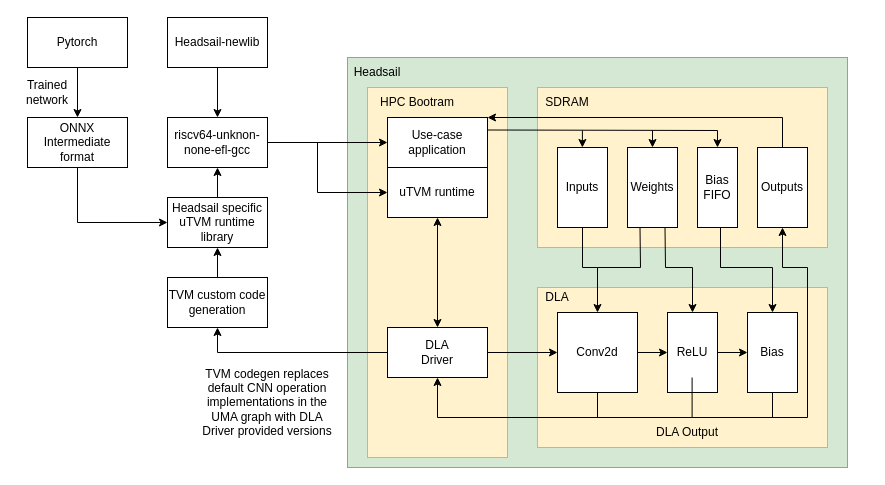
Earlier version of the draw.io diagram drawio/dla-architecture.drawio (vilukissa68/masters-thesis). Source tidied: cells renumbered, new cells numbered last; positions are measured from the earlier drawing's top-left corner, leaving out a move shared by most shapes. Both pictures are drawn from the tidied source at 100%, with x=0, y=0 at pixel (17, 17).
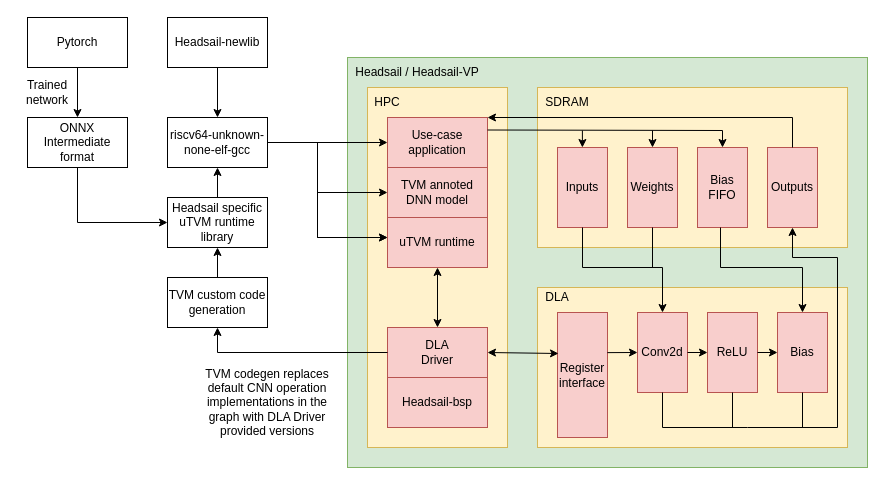
The same page after the edit.

Diff of the diagram source:
```diff
@@
     <mxCell id="7" style="rounded=0;whiteSpace=wrap;html=1;fillColor=#d5e8d4;strokeColor=#82b366;" parent="1" vertex="1">
-      <mxGeometry x="330" y="40" width="500" height="410" as="geometry" />
+      <mxGeometry x="330" y="40" width="520" height="410" as="geometry" />
     </mxCell>
-    <mxCell id="8" value="Headsail" style="text;html=1;align=center;verticalAlign=middle;whiteSpace=wrap;rounded=0;" parent="1" vertex="1">
-      <mxGeometry x="330" y="40" width="60" height="30" as="geometry" />
+    <mxCell id="8" value="Headsail / Headsail-VP" style="text;html=1;align=center;verticalAlign=middle;whiteSpace=wrap;rounded=0;" parent="1" vertex="1">
+      <mxGeometry x="330" y="40" width="140" height="30" as="geometry" />
     </mxCell>
     <mxCell id="9" value="&lt;div&gt;&lt;br&gt;&lt;/div&gt;" style="rounded=0;whiteSpace=wrap;html=1;fillColor=#fff2cc;strokeColor=#d6b656;" parent="1" vertex="1">
-      <mxGeometry x="520" y="270" width="290" height="160" as="geometry" />
+      <mxGeometry x="520" y="270" width="310" height="160" as="geometry" />
     </mxCell>
     <mxCell id="10" style="rounded=0;whiteSpace=wrap;html=1;fillColor=#fff2cc;strokeColor=#d6b656;" parent="1" vertex="1">
-      <mxGeometry x="350" y="70" width="140" height="370" as="geometry" />
+      <mxGeometry x="350" y="70" width="140" height="360" as="geometry" />
     </mxCell>
-    <mxCell id="11" value="HPC Bootram" style="text;html=1;align=center;verticalAlign=middle;whiteSpace=wrap;rounded=0;" parent="1" vertex="1">
-      <mxGeometry x="350" y="70" width="100" height="30" as="geometry" />
+    <mxCell id="11" value="HPC" style="text;html=1;align=center;verticalAlign=middle;whiteSpace=wrap;rounded=0;" parent="1" vertex="1">
+      <mxGeometry x="350" y="70" width="40" height="30" as="geometry" />
     </mxCell>
-    <mxCell id="12" value="&lt;div&gt;DLA&lt;/div&gt;Driver" style="rounded=0;whiteSpace=wrap;html=1;" parent="1" vertex="1">
+    <mxCell id="12" value="&lt;div&gt;DLA&lt;/div&gt;Driver" style="rounded=0;whiteSpace=wrap;html=1;fillColor=#f8cecc;strokeColor=#b85450;" parent="1" vertex="1">
       <mxGeometry x="370" y="310" width="100" height="50" as="geometry" />
     </mxCell>
-    <mxCell id="13" value="uTVM runtime" style="rounded=0;whiteSpace=wrap;html=1;" parent="1" vertex="1">
+    <mxCell id="13" value="TVM annoted DNN model" style="rounded=0;whiteSpace=wrap;html=1;fillColor=#f8cecc;strokeColor=#b85450;" parent="1" vertex="1">
       <mxGeometry x="370" y="150" width="100" height="50" as="geometry" />
     </mxCell>
-    <mxCell id="14" value="Use-case application" style="rounded=0;whiteSpace=wrap;html=1;" parent="1" vertex="1">
+    <mxCell id="14" value="Use-case application" style="rounded=0;whiteSpace=wrap;html=1;fillColor=#f8cecc;strokeColor=#b85450;" parent="1" vertex="1">
       <mxGeometry x="370" y="100" width="100" height="50" as="geometry" />
     </mxCell>
@@
-    <mxCell id="16" value="TVM codegen replaces default CNN operation implementations in the UMA graph with DLA Driver provided versions" style="text;html=1;align=center;verticalAlign=middle;whiteSpace=wrap;rounded=0;" parent="1" vertex="1">
+    <mxCell id="16" value="TVM codegen replaces default CNN operation implementations in the graph with DLA Driver provided versions" style="text;html=1;align=center;verticalAlign=middle;whiteSpace=wrap;rounded=0;" parent="1" vertex="1">
       <mxGeometry x="180" y="330" width="140" height="110" as="geometry" />
     </mxCell>
-    <mxCell id="17" style="endArrow=classic;html=1;rounded=0;entryX=0.5;entryY=0;entryDx=0;entryDy=0;exitX=0.5;exitY=1;exitDx=0;exitDy=0;startArrow=classic;startFill=1;" parent="1" edge="1" source="13" target="12">
+    <mxCell id="17" style="endArrow=classic;html=1;rounded=0;entryX=0.5;entryY=0;entryDx=0;entryDy=0;startArrow=classic;startFill=1;exitX=0.5;exitY=1;exitDx=0;exitDy=0;" parent="1" edge="1" source="55" target="12">
       <mxGeometry relative="1" as="geometry" />
     </mxCell>
@@
-    <mxCell id="20" value="riscv64-unknon-none-efl-gcc" style="rounded=0;whiteSpace=wrap;html=1;" parent="1" vertex="1">
+    <mxCell id="20" value="riscv64-unknown-none-elf-gcc" style="rounded=0;whiteSpace=wrap;html=1;" parent="1" vertex="1">
       <mxGeometry x="150" y="100" width="100" height="50" as="geometry" />
     </mxCell>
@@
     <mxCell id="25" style="rounded=0;whiteSpace=wrap;html=1;fillColor=#fff2cc;strokeColor=#d6b656;" parent="1" vertex="1">
-      <mxGeometry x="520" y="70" width="290" height="160" as="geometry" />
+      <mxGeometry x="520" y="70" width="310" height="160" as="geometry" />
     </mxCell>
@@
-    <mxCell id="28" value="Conv2d" style="rounded=0;whiteSpace=wrap;html=1;" parent="1" vertex="1">
-      <mxGeometry x="540" y="295" width="80" height="80" as="geometry" />
+    <mxCell id="28" value="Conv2d" style="rounded=0;whiteSpace=wrap;html=1;fillColor=#f8cecc;strokeColor=#b85450;" parent="1" vertex="1">
+      <mxGeometry x="620" y="295" width="50" height="80" as="geometry" />
     </mxCell>
-    <mxCell id="29" value="ReLU" style="rounded=0;whiteSpace=wrap;html=1;" parent="1" vertex="1">
-      <mxGeometry x="650" y="295" width="50" height="80" as="geometry" />
+    <mxCell id="29" value="ReLU" style="rounded=0;whiteSpace=wrap;html=1;fillColor=#f8cecc;strokeColor=#b85450;" parent="1" vertex="1">
+      <mxGeometry x="690" y="295" width="50" height="80" as="geometry" />
     </mxCell>
-    <mxCell id="30" value="Bias" style="rounded=0;whiteSpace=wrap;html=1;" parent="1" vertex="1">
-      <mxGeometry x="730" y="295" width="50" height="80" as="geometry" />
+    <mxCell id="30" value="Bias" style="rounded=0;whiteSpace=wrap;html=1;fillColor=#f8cecc;strokeColor=#b85450;" parent="1" vertex="1">
+      <mxGeometry x="760" y="295" width="50" height="80" as="geometry" />
     </mxCell>
-    <mxCell id="31" style="endArrow=classic;html=1;rounded=0;entryX=0;entryY=0.5;entryDx=0;entryDy=0;exitX=1;exitY=0.5;exitDx=0;exitDy=0;" parent="1" edge="1" source="12" target="28">
-      <mxGeometry relative="1" as="geometry" />
-    </mxCell>
@@
-    <mxCell id="34" style="endArrow=classic;html=1;rounded=0;entryX=0.5;entryY=1;entryDx=0;entryDy=0;" parent="1" edge="1" target="12">
-      <mxGeometry relative="1" as="geometry">
-        <mxPoint x="420" y="400" as="sourcePoint" />
-      </mxGeometry>
-    </mxCell>
-    <mxCell id="35" style="endArrow=none;html=1;rounded=0;entryX=0.5;entryY=1;entryDx=0;entryDy=0;" parent="1" edge="1" target="28">
-      <mxGeometry relative="1" as="geometry">
-        <mxPoint x="580" y="400" as="sourcePoint" />
-      </mxGeometry>
-    </mxCell>
-    <mxCell id="36" style="endArrow=none;html=1;rounded=0;entryX=0.5;entryY=1;entryDx=0;entryDy=0;" parent="1" edge="1">
-      <mxGeometry relative="1" as="geometry">
-        <mxPoint x="674.6" y="400" as="sourcePoint" />
-        <mxPoint x="674.6" y="360" as="targetPoint" />
-      </mxGeometry>
-    </mxCell>
-    <mxCell id="37" style="endArrow=none;html=1;rounded=0;entryX=0.5;entryY=1;entryDx=0;entryDy=0;" parent="1" edge="1" target="30">
-      <mxGeometry relative="1" as="geometry">
-        <mxPoint x="420" y="400" as="sourcePoint" />
-        <Array as="points">
-          <mxPoint x="755" y="400" />
-        </Array>
-      </mxGeometry>
-    </mxCell>
-    <mxCell id="38" value="Inputs" style="rounded=0;whiteSpace=wrap;html=1;" parent="1" vertex="1">
+    <mxCell id="38" value="Inputs" style="rounded=0;whiteSpace=wrap;html=1;fillColor=#f8cecc;strokeColor=#b85450;" parent="1" vertex="1">
       <mxGeometry x="540" y="130" width="50" height="80" as="geometry" />
     </mxCell>
-    <mxCell id="39" value="Weights" style="rounded=0;whiteSpace=wrap;html=1;" parent="1" vertex="1">
+    <mxCell id="39" value="Weights" style="rounded=0;whiteSpace=wrap;html=1;fillColor=#f8cecc;strokeColor=#b85450;" parent="1" vertex="1">
       <mxGeometry x="610" y="130" width="50" height="80" as="geometry" />
     </mxCell>
-    <mxCell id="40" value="Outputs" style="rounded=0;whiteSpace=wrap;html=1;" parent="1" vertex="1">
-      <mxGeometry x="740" y="130" width="50" height="80" as="geometry" />
+    <mxCell id="40" value="Outputs" style="rounded=0;whiteSpace=wrap;html=1;fillColor=#f8cecc;strokeColor=#b85450;" parent="1" vertex="1">
+      <mxGeometry x="750" y="130" width="50" height="80" as="geometry" />
     </mxCell>
-    <mxCell id="41" value="&lt;div&gt;Bias&lt;/div&gt;&lt;div&gt;FIFO&lt;br&gt;&lt;/div&gt;" style="rounded=0;whiteSpace=wrap;html=1;" parent="1" vertex="1">
-      <mxGeometry x="680" y="130" width="40" height="80" as="geometry" />
+    <mxCell id="41" value="&lt;div&gt;Bias&lt;/div&gt;&lt;div&gt;FIFO&lt;br&gt;&lt;/div&gt;" style="rounded=0;whiteSpace=wrap;html=1;fillColor=#f8cecc;strokeColor=#b85450;" parent="1" vertex="1">
+      <mxGeometry x="680" y="130" width="50" height="80" as="geometry" />
     </mxCell>
-    <mxCell id="42" style="endArrow=classic;html=1;rounded=0;entryX=0.5;entryY=0;entryDx=0;entryDy=0;" parent="1" edge="1" target="28">
-      <mxGeometry relative="1" as="geometry">
-        <mxPoint x="580" y="250" as="sourcePoint" />
-      </mxGeometry>
-    </mxCell>
-    <mxCell id="43" style="endArrow=none;html=1;rounded=0;entryX=0.5;entryY=1;entryDx=0;entryDy=0;" parent="1" edge="1" target="38">
-      <mxGeometry relative="1" as="geometry">
-        <mxPoint x="580" y="250" as="sourcePoint" />
-        <Array as="points">
-          <mxPoint x="565" y="250" />
-        </Array>
-      </mxGeometry>
-    </mxCell>
-    <mxCell id="44" style="endArrow=none;html=1;rounded=0;entryX=0.25;entryY=1;entryDx=0;entryDy=0;" parent="1" edge="1" target="39">
-      <mxGeometry relative="1" as="geometry">
-        <mxPoint x="580" y="250" as="sourcePoint" />
-        <Array as="points">
-          <mxPoint x="623" y="250" />
-        </Array>
-      </mxGeometry>
-    </mxCell>
-    <mxCell id="45" style="endArrow=classic;html=1;rounded=0;exitX=0.75;exitY=1;exitDx=0;exitDy=0;entryX=0.5;entryY=0;entryDx=0;entryDy=0;" parent="1" edge="1" source="39" target="29">
-      <mxGeometry relative="1" as="geometry">
-        <Array as="points">
-          <mxPoint x="648" y="250" />
-          <mxPoint x="675" y="250" />
-        </Array>
-      </mxGeometry>
-    </mxCell>
     <mxCell id="46" style="endArrow=classic;html=1;rounded=0;exitX=0.75;exitY=1;exitDx=0;exitDy=0;entryX=0.5;entryY=0;entryDx=0;entryDy=0;" parent="1" edge="1" target="30">
       <mxGeometry relative="1" as="geometry">
         <mxPoint x="703" y="210" as="sourcePoint" />
         <Array as="points">
           <mxPoint x="703" y="250" />
-          <mxPoint x="755" y="250" />
+          <mxPoint x="785" y="250" />
         </Array>
       </mxGeometry>
     </mxCell>
-    <mxCell id="47" style="endArrow=classic;html=1;rounded=0;entryX=0.5;entryY=1;entryDx=0;entryDy=0;" parent="1" edge="1" target="40">
-      <mxGeometry relative="1" as="geometry">
-        <mxPoint x="730" y="400" as="sourcePoint" />
-        <Array as="points">
-          <mxPoint x="790" y="400" />
-          <mxPoint x="790" y="250" />
-          <mxPoint x="765" y="250" />
-        </Array>
-      </mxGeometry>
-    </mxCell>
     <mxCell id="48" style="endArrow=classic;html=1;rounded=0;exitX=0.5;exitY=0;exitDx=0;exitDy=0;entryX=1;entryY=0;entryDx=0;entryDy=0;" parent="1" edge="1" source="40" target="14">
       <mxGeometry relative="1" as="geometry">
         <Array as="points">
-          <mxPoint x="765" y="100" />
+          <mxPoint x="775" y="100" />
         </Array>
       </mxGeometry>
     </mxCell>
     <mxCell id="49" style="endArrow=classic;html=1;rounded=0;entryX=0.5;entryY=0;entryDx=0;entryDy=0;exitX=1;exitY=0.25;exitDx=0;exitDy=0;" parent="1" edge="1" source="14" target="41">
       <mxGeometry relative="1" as="geometry">
         <Array as="points">
-          <mxPoint x="700" y="113" />
+          <mxPoint x="705" y="113" />
         </Array>
       </mxGeometry>
     </mxCell>
@@
-    <mxCell id="52" value="DLA Output" style="text;html=1;align=center;verticalAlign=middle;whiteSpace=wrap;rounded=0;" parent="1" vertex="1">
-      <mxGeometry x="620" y="400" width="100" height="30" as="geometry" />
-    </mxCell>
@@
+    <mxCell id="55" value="uTVM runtime" style="rounded=0;whiteSpace=wrap;html=1;fillColor=#f8cecc;strokeColor=#b85450;" parent="1" vertex="1">
+      <mxGeometry x="370" y="200" width="100" height="50" as="geometry" />
+    </mxCell>
+    <mxCell id="56" style="endArrow=classic;html=1;rounded=0;entryX=0;entryY=0.5;entryDx=0;entryDy=0;" parent="1" edge="1">
+      <mxGeometry relative="1" as="geometry">
+        <mxPoint x="300" y="170" as="sourcePoint" />
+        <mxPoint x="370" y="220" as="targetPoint" />
+        <Array as="points">
+          <mxPoint x="300" y="220" />
+        </Array>
+      </mxGeometry>
+    </mxCell>
+    <mxCell id="57" style="endArrow=classic;html=1;rounded=0;entryX=0;entryY=0.5;entryDx=0;entryDy=0;" parent="1" edge="1">
+      <mxGeometry relative="1" as="geometry">
+        <mxPoint x="300" y="170" as="sourcePoint" />
+        <mxPoint x="370" y="220" as="targetPoint" />
+        <Array as="points">
+          <mxPoint x="300" y="220" />
+        </Array>
+      </mxGeometry>
+    </mxCell>
+    <mxCell id="58" value="Headsail-bsp" style="rounded=0;whiteSpace=wrap;html=1;fillColor=#f8cecc;strokeColor=#b85450;" parent="1" vertex="1">
+      <mxGeometry x="370" y="360" width="100" height="50" as="geometry" />
+    </mxCell>
+    <mxCell id="59" value="Register interface" style="rounded=0;whiteSpace=wrap;html=1;fillColor=#f8cecc;strokeColor=#b85450;" parent="1" vertex="1">
+      <mxGeometry x="540" y="295" width="50" height="125" as="geometry" />
+    </mxCell>
+    <mxCell id="60" style="endArrow=classic;html=1;rounded=0;entryX=0;entryY=0.5;entryDx=0;entryDy=0;exitX=0.997;exitY=0.321;exitDx=0;exitDy=0;exitPerimeter=0;" parent="1" edge="1" source="59" target="28">
+      <mxGeometry relative="1" as="geometry" />
+    </mxCell>
+    <mxCell id="61" style="endArrow=classic;html=1;rounded=0;exitX=0.5;exitY=1;exitDx=0;exitDy=0;entryX=0.5;entryY=0;entryDx=0;entryDy=0;" parent="1" edge="1" source="38" target="28">
+      <mxGeometry relative="1" as="geometry">
+        <Array as="points">
+          <mxPoint x="565" y="250" />
+          <mxPoint x="645" y="250" />
+        </Array>
+      </mxGeometry>
+    </mxCell>
+    <mxCell id="62" style="endArrow=none;html=1;rounded=0;entryX=0.5;entryY=1;entryDx=0;entryDy=0;" parent="1" edge="1" target="39">
+      <mxGeometry relative="1" as="geometry">
+        <mxPoint x="635" y="250" as="sourcePoint" />
+      </mxGeometry>
+    </mxCell>
+    <mxCell id="63" style="endArrow=classic;html=1;rounded=0;entryX=1;entryY=0.5;entryDx=0;entryDy=0;startArrow=classic;startFill=1;exitX=0.02;exitY=0.328;exitDx=0;exitDy=0;exitPerimeter=0;" parent="1" edge="1" source="59" target="12">
+      <mxGeometry relative="1" as="geometry" />
+    </mxCell>
+    <mxCell id="64" style="endArrow=classic;html=1;rounded=0;entryX=0.5;entryY=1;entryDx=0;entryDy=0;exitX=0.5;exitY=1;exitDx=0;exitDy=0;" parent="1" edge="1" source="28" target="40">
+      <mxGeometry relative="1" as="geometry">
+        <Array as="points">
+          <mxPoint x="645" y="410" />
+          <mxPoint x="730" y="410" />
+          <mxPoint x="820" y="410" />
+          <mxPoint x="820" y="240" />
+          <mxPoint x="775" y="240" />
+        </Array>
+      </mxGeometry>
+    </mxCell>
+    <mxCell id="65" style="endArrow=none;html=1;rounded=0;entryX=0.5;entryY=1;entryDx=0;entryDy=0;" parent="1" edge="1" target="29">
+      <mxGeometry relative="1" as="geometry">
+        <mxPoint x="715" y="410" as="sourcePoint" />
+      </mxGeometry>
+    </mxCell>
+    <mxCell id="66" style="endArrow=none;html=1;rounded=0;entryX=0.5;entryY=1;entryDx=0;entryDy=0;" parent="1" edge="1" target="30">
+      <mxGeometry relative="1" as="geometry">
+        <mxPoint x="785" y="410" as="sourcePoint" />
+      </mxGeometry>
+    </mxCell>
```
